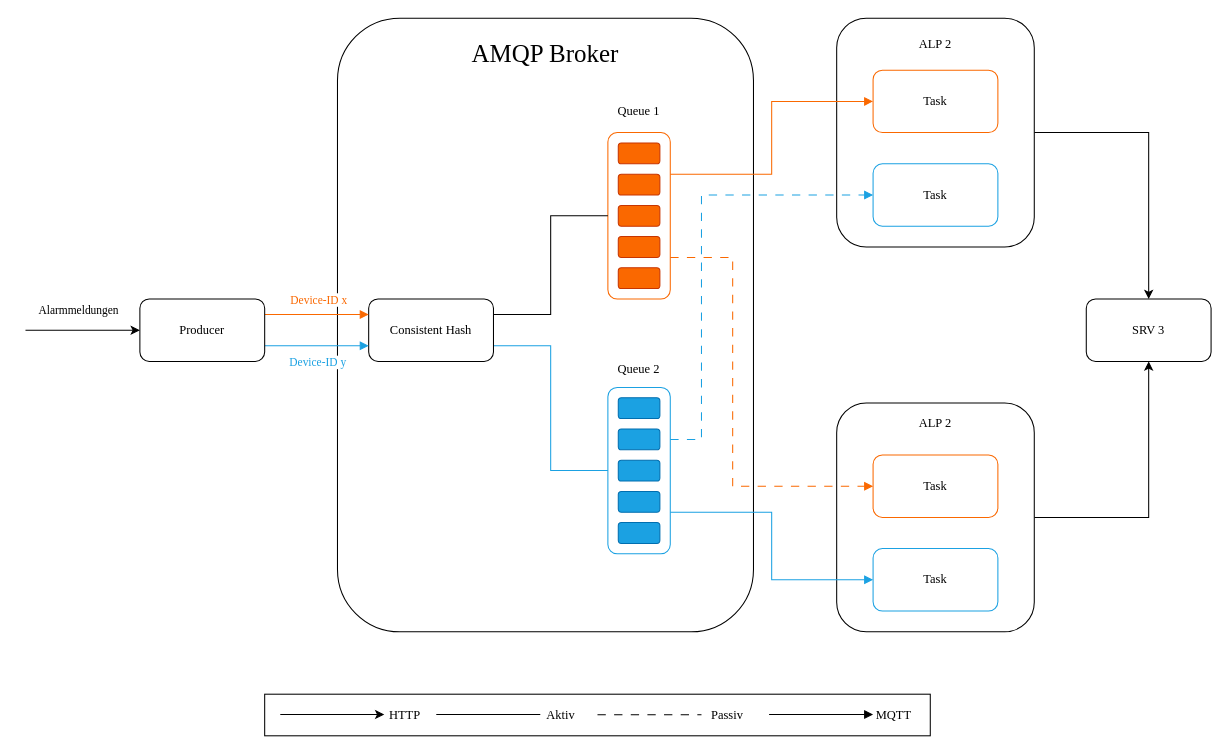
Above: drawio/a_lps_intern.drawio in JadKHaddad/MT (draw.io), before the change. Source tidied: cells renumbered, new cells numbered last; positions are measured from the earlier drawing's top-left corner, leaving out a move shared by most shapes. Both pictures are drawn from the tidied source at 104%, with x=0, y=0 at pixel (25, 18).
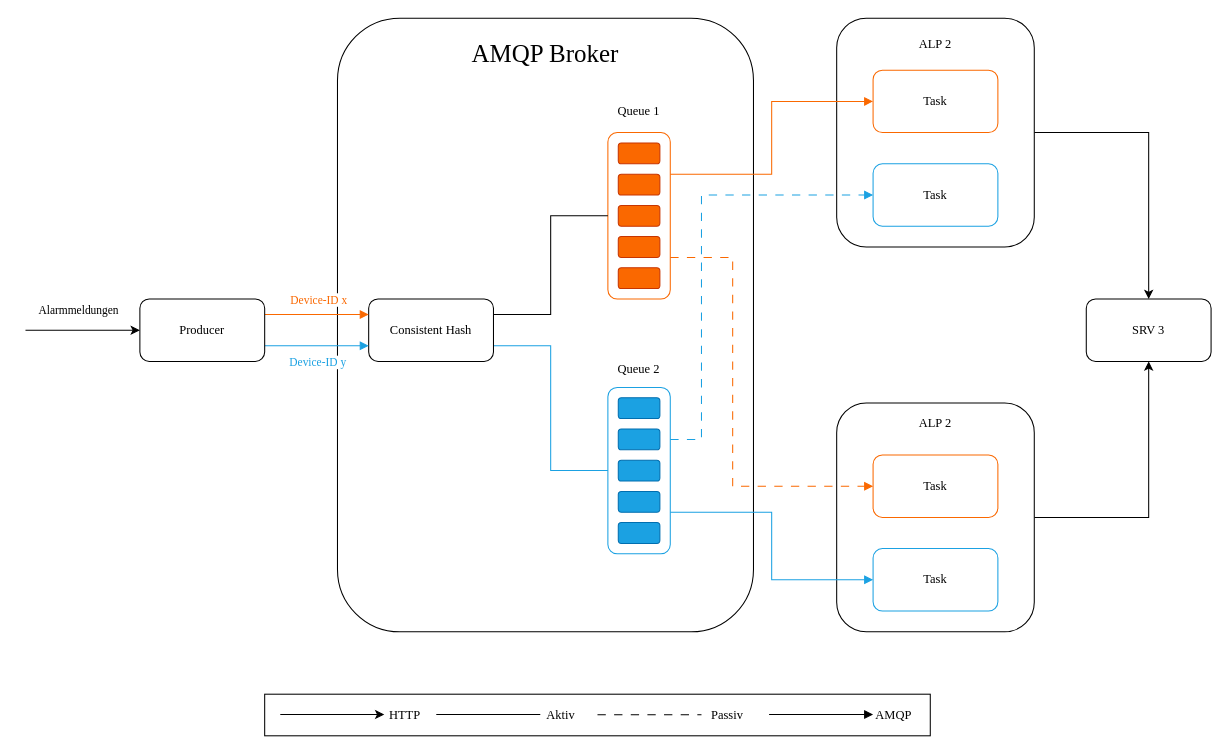
The same diagram, later.

What changed in the source:
```diff
@@
-    <mxCell id="51" value="MQTT" style="text;html=1;whiteSpace=wrap;strokeColor=none;fillColor=none;align=center;verticalAlign=middle;rounded=0;fontFamily=Times New Roman;" parent="1" vertex="1">
+    <mxCell id="51" value="AMQP" style="text;html=1;whiteSpace=wrap;strokeColor=none;fillColor=none;align=center;verticalAlign=middle;rounded=0;fontFamily=Times New Roman;" parent="1" vertex="1">
       <mxGeometry x="805" y="655" width="60" height="30" as="geometry" />
     </mxCell>
```
